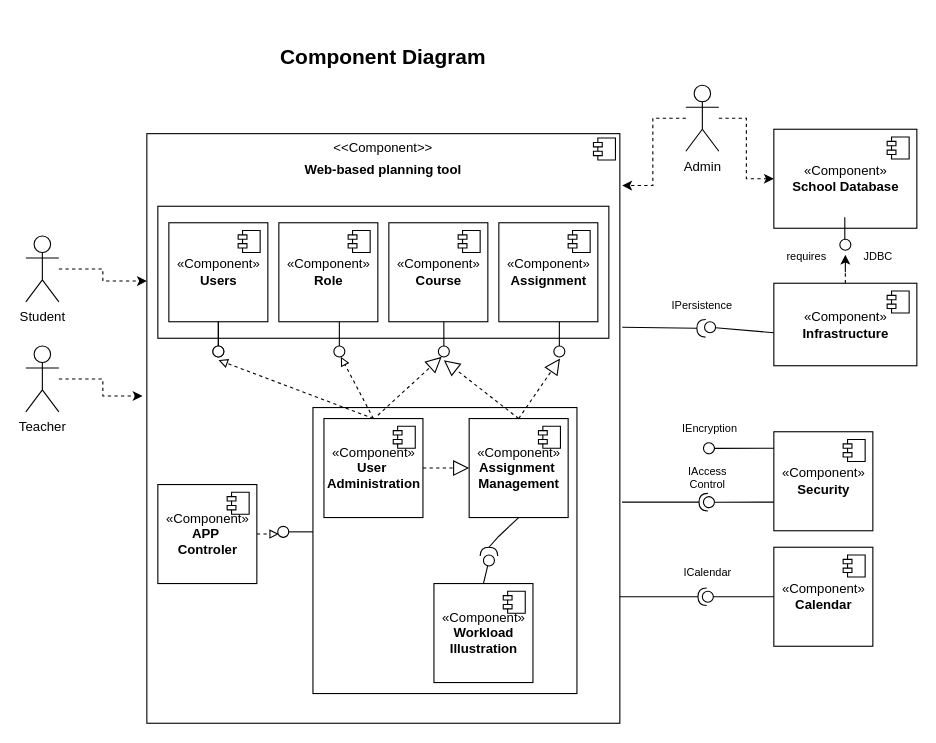
die-drei-fragezeichen/eXama keeps this draw.io diagram as diagrams/Componentdiagram.drawio. Above is the earlier version. Source tidied: cells renumbered, new cells numbered last; positions are measured from the earlier drawing's top-left corner, leaving out a move shared by most shapes. Both pictures are drawn from the tidied source at 110%, with x=0, y=0 at pixel (25, 41).
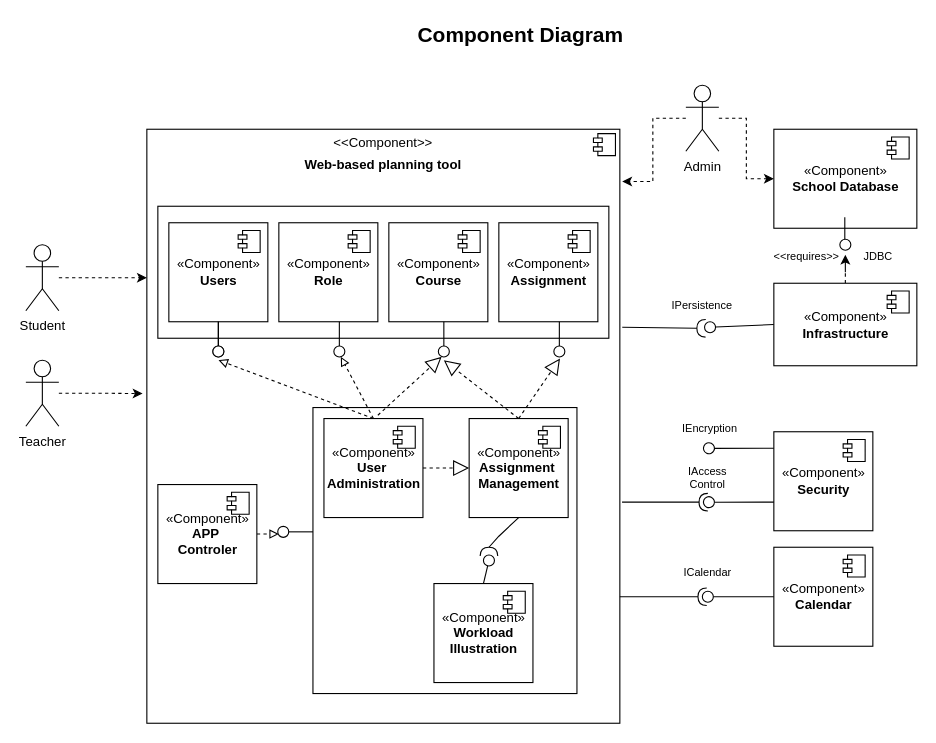
Above is the later version.

The change refers to these unchanged cells:
```xml
<mxCell id="13" style="ellipse;whiteSpace=wrap;html=1;fontFamily=Helvetica;fontSize=12;fontColor=#000000;align=center;strokeColor=#000000;fillColor=#ffffff;points=[];" parent="1" vertex="1">
  <mxGeometry x="617" y="255" width="10" height="10" as="geometry" />
</mxCell>
<mxCell id="42" value="«Component»&lt;br&gt;&lt;b&gt;Infrastructure&lt;/b&gt;" style="html=1;" parent="1" vertex="1">
  <mxGeometry x="680" y="220" width="130" height="75" as="geometry" />
</mxCell>
<mxCell id="51" value="Admin" style="shape=umlActor;verticalLabelPosition=bottom;verticalAlign=top;html=1;" parent="1" vertex="1">
  <mxGeometry x="600" y="40" width="30" height="60" as="geometry" />
</mxCell>
```

Diff of the diagram source:
```diff
@@
     <mxCell id="2" value="&lt;p style=&quot;margin: 0px ; margin-top: 6px ; text-align: center&quot;&gt;&amp;lt;&amp;lt;Component&amp;gt;&amp;gt;&lt;/p&gt;&lt;p style=&quot;margin: 0px ; margin-top: 6px ; text-align: center&quot;&gt;&lt;b&gt;Web-based planning tool&lt;/b&gt;&lt;/p&gt;" style="align=left;overflow=fill;html=1;" parent="1" vertex="1">
-      <mxGeometry x="110" y="84" width="430" height="536" as="geometry" />
+      <mxGeometry x="110" y="80" width="430" height="540" as="geometry" />
     </mxCell>
@@
     <mxCell id="8" value="Student" style="shape=umlActor;verticalLabelPosition=bottom;verticalAlign=top;html=1;" parent="1" vertex="1">
-      <mxGeometry y="177" width="30" height="60" as="geometry" />
+      <mxGeometry y="185" width="30" height="60" as="geometry" />
     </mxCell>
@@
     <mxCell id="10" value="Teacher" style="shape=umlActor;verticalLabelPosition=bottom;verticalAlign=top;html=1;" parent="1" vertex="1">
-      <mxGeometry y="277" width="30" height="60" as="geometry" />
+      <mxGeometry y="290" width="30" height="60" as="geometry" />
     </mxCell>
-    <mxCell id="11" style="rounded=0;jettySize=auto;html=1;endArrow=none;endFill=0;exitX=0;exitY=0.6;exitDx=0;exitDy=0;exitPerimeter=0;" parent="1" edge="1" source="42" target="13">
-      <mxGeometry relative="1" as="geometry" />
+    <mxCell id="11" style="rounded=0;jettySize=auto;html=1;endArrow=none;endFill=0;exitX=0;exitY=0.5;exitDx=0;exitDy=0;" parent="1" edge="1" source="42">
+      <mxGeometry relative="1" as="geometry">
+        <mxPoint x="627" y="259.8" as="targetPoint" />
+      </mxGeometry>
     </mxCell>
@@
     <mxCell id="14" value="Component Diagram" style="text;align=center;fontStyle=1;verticalAlign=middle;spacingLeft=3;spacingRight=3;strokeColor=none;fontSize=19;" parent="1" vertex="1">
-      <mxGeometry x="285" width="80" height="26" as="geometry" />
+      <mxGeometry x="410" y="-20" width="80" height="26" as="geometry" />
     </mxCell>
@@
-    <mxCell id="47" value="requires" style="text;html=1;strokeColor=none;fillColor=none;align=center;verticalAlign=middle;whiteSpace=wrap;rounded=0;fontSize=10;" parent="1" vertex="1">
+    <mxCell id="47" value="&amp;lt;&amp;lt;requires&amp;gt;&amp;gt;" style="text;html=1;strokeColor=none;fillColor=none;align=center;verticalAlign=middle;whiteSpace=wrap;rounded=0;fontSize=10;" parent="1" vertex="1">
       <mxGeometry x="690" y="185" width="40" height="20" as="geometry" />
     </mxCell>
@@
     <mxCell id="50" style="edgeStyle=orthogonalEdgeStyle;rounded=0;jettySize=auto;html=1;entryX=1.005;entryY=0.088;entryDx=0;entryDy=0;entryPerimeter=0;dashed=1;fontSize=10;" parent="1" edge="1" source="51" target="2">
-      <mxGeometry relative="1" as="geometry" />
+      <mxGeometry relative="1" as="geometry">
+        <Array as="points">
+          <mxPoint x="570" y="70" />
+          <mxPoint x="570" y="128" />
+        </Array>
+      </mxGeometry>
     </mxCell>
```
